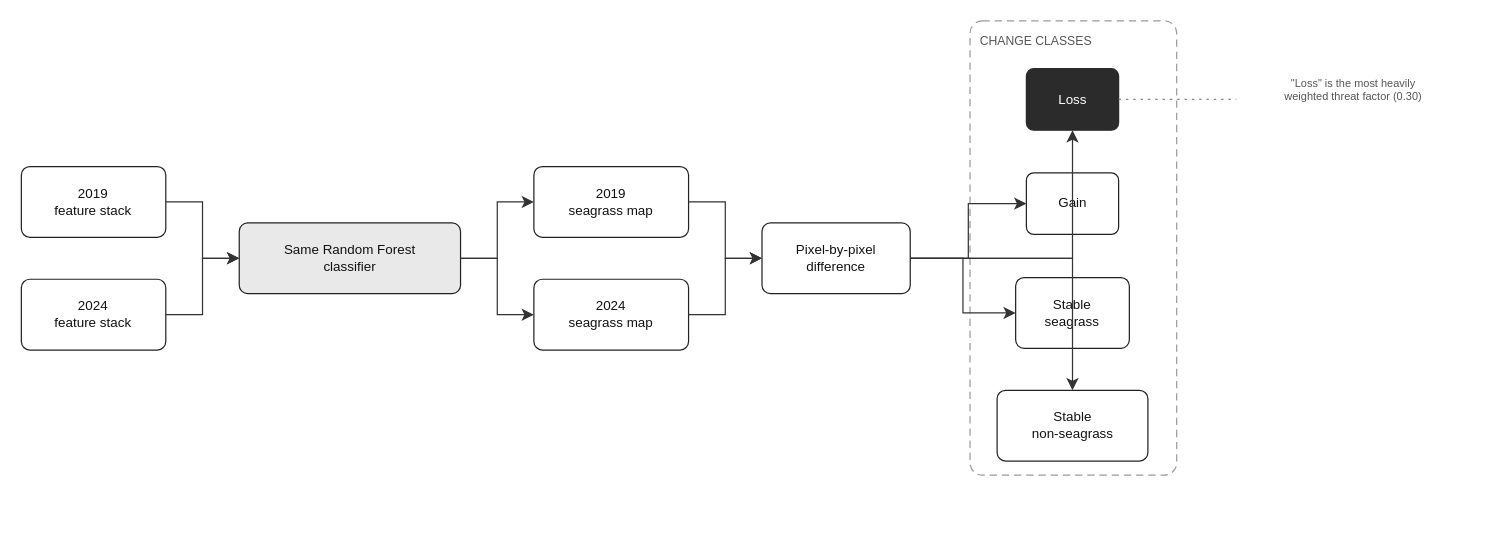
AbdulkarimBisharah/dugong-uae keeps this draw.io diagram as diagrams/4_change_detection.drawio. Above is the earlier version. Source tidied: cells renumbered, new cells numbered last; positions are measured from the earlier drawing's top-left corner, leaving out a move shared by most shapes. Both pictures are drawn from the tidied source at 122%, with x=0, y=0 at pixel (21, 21).
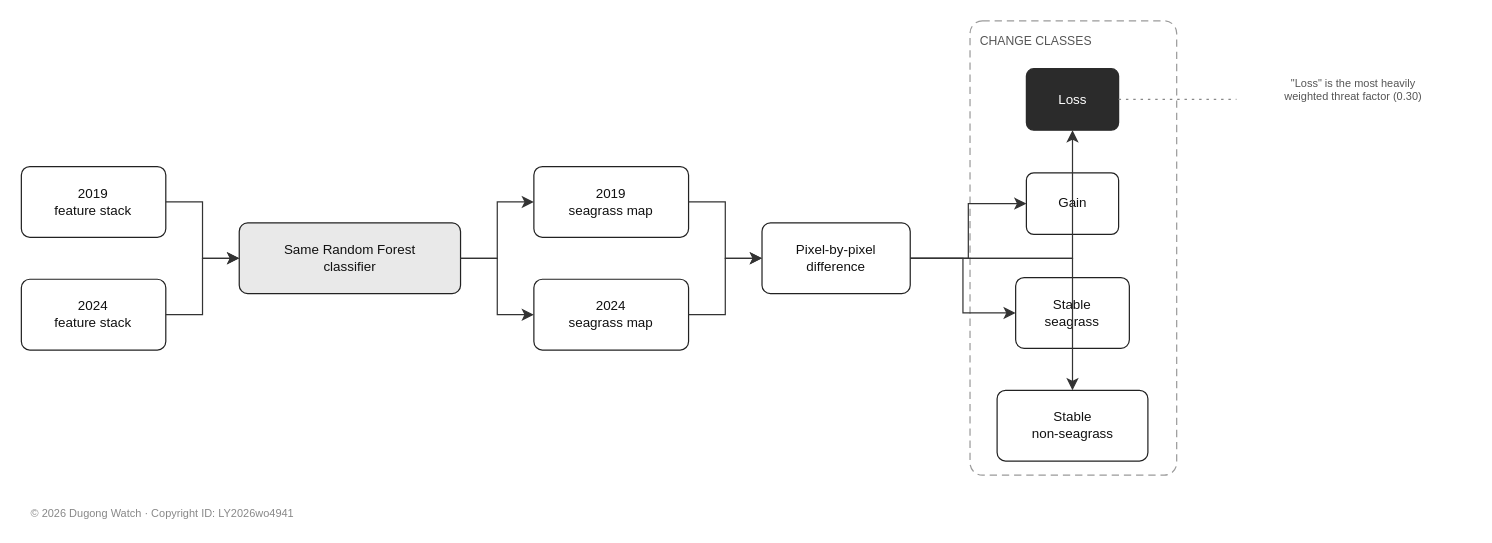
The same page after the edit.

Diff of the diagram source:
```diff
@@
+    <mxCell id="25" value="© 2026 Dugong Watch · Copyright ID: LY2026wo4941" style="text;html=1;whiteSpace=wrap;align=left;fontFamily=Helvetica;fontSize=9;fontColor=#888888;strokeColor=none;fillColor=none;" parent="1" vertex="1">
+      <mxGeometry x="6" y="391.6" width="400" height="16" as="geometry" />
+    </mxCell>
```
